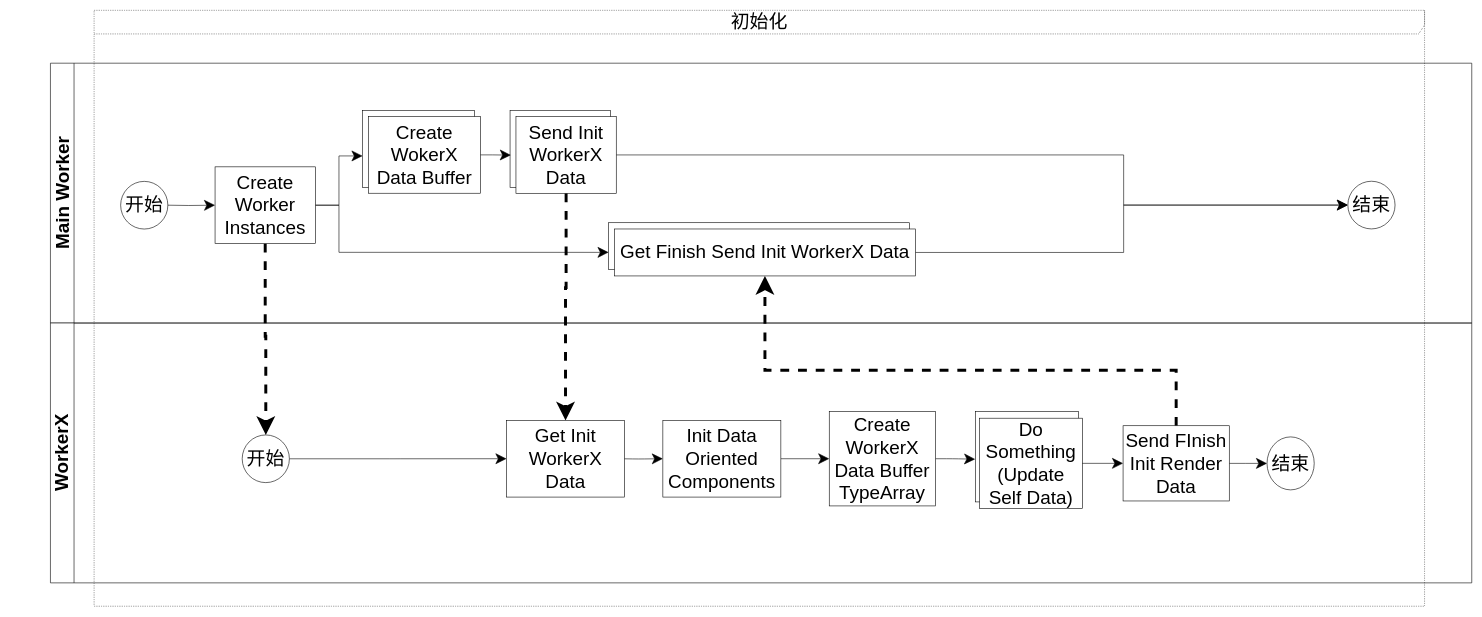
Above: packages/多线程模式/role_abstract/初始化流程图.drawio in yyc-git/3DProgramPattern (draw.io), before the change. Source tidied: cells renumbered, new cells numbered last; positions are measured from the earlier drawing's top-left corner, leaving out a move shared by most shapes. Both pictures are drawn from the tidied source at 59%, with x=0, y=0 at pixel (14, 10).
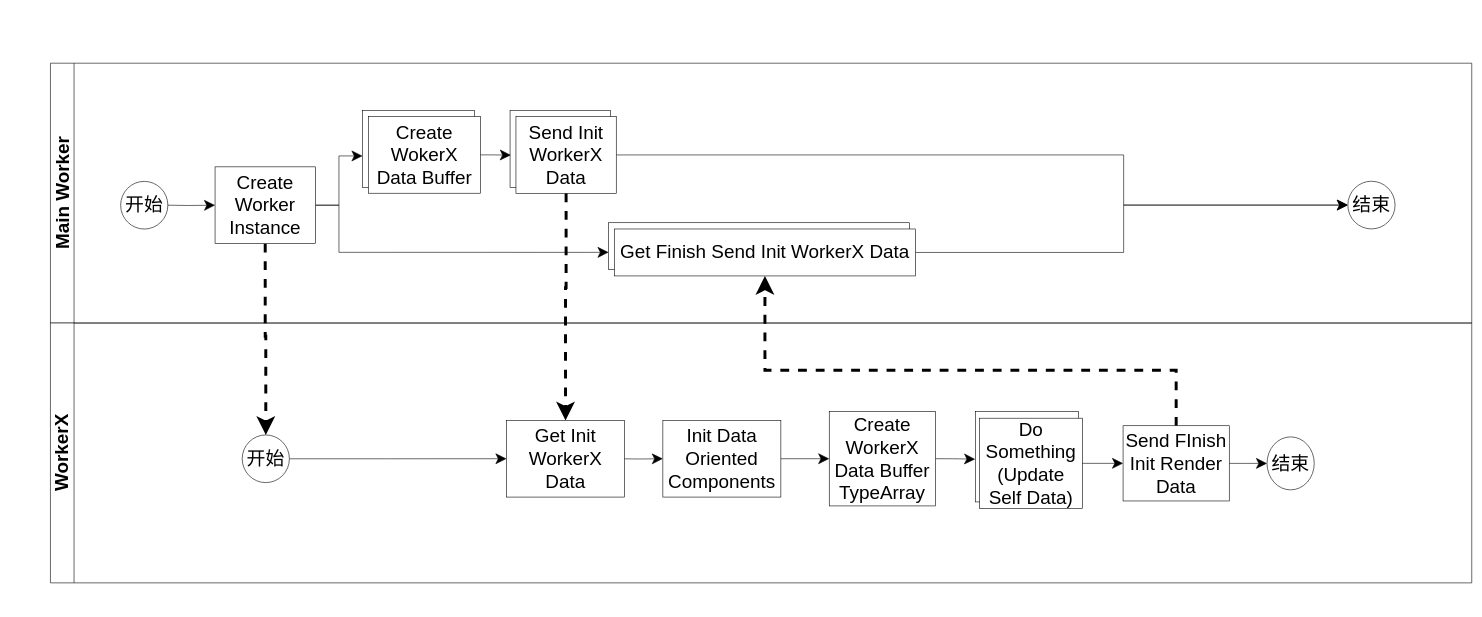
The same diagram, later.

Diff of the diagram source:
```diff
@@
-    <mxCell id="2" value="&lt;font style=&quot;font-size: 32px&quot;&gt;初始化&lt;/font&gt;" style="shape=umlFrame;whiteSpace=wrap;html=1;width=2437;height=40;fontSize=22;dashed=1;dashPattern=1 2;" parent="1" vertex="1">
-      <mxGeometry x="135" width="2255" height="1010" as="geometry" />
-    </mxCell>
@@
-    <mxCell id="10" value="Create Worker Instances" style="whiteSpace=wrap;html=1;fontSize=32;" parent="1" vertex="1">
+    <mxCell id="10" value="Create Worker Instance" style="whiteSpace=wrap;html=1;fontSize=32;" parent="1" vertex="1">
       <mxGeometry x="340" y="265.3" width="170" height="130" as="geometry" />
     </mxCell>
```
